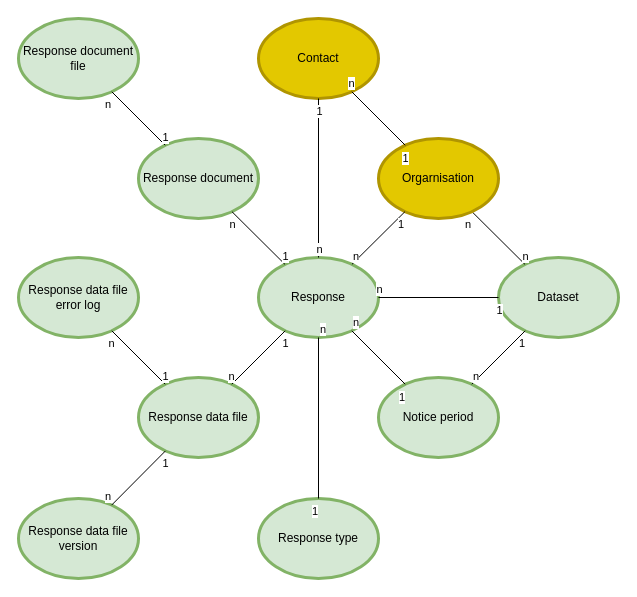
Earlier version of the draw.io diagram page "T-Response" (8 of 13) of Data portal.drawio (danieldotskc/helloworld). Source tidied: cells renumbered, new cells numbered last; positions are measured from the earlier drawing's top-left corner, leaving out a move shared by most shapes. Both pictures are drawn from the tidied source at 100%, with x=0, y=0 at pixel (18, 18).
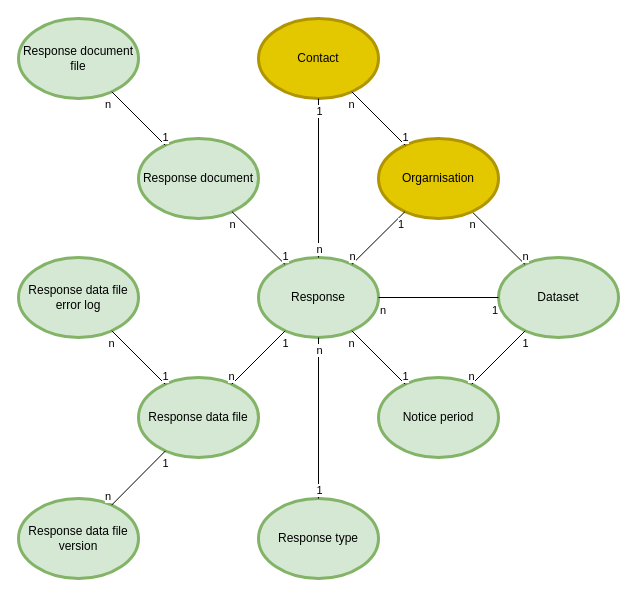
The same diagram, later.

The change refers to these unchanged cells:
```xml
<mxCell id="3" value="Notice period" style="ellipse;whiteSpace=wrap;html=1;strokeWidth=3;fillColor=#d5e8d4;strokeColor=#82b366;" parent="1" vertex="1">
  <mxGeometry x="360" y="359" width="120" height="80" as="geometry" />
</mxCell>
<mxCell id="5" style="endArrow=none;html=1;rounded=0;endFill=0;" parent="1" edge="1" source="2" target="35">
  <mxGeometry relative="1" as="geometry" />
</mxCell>
<mxCell id="8" style="endArrow=none;html=1;rounded=0;endFill=0;" parent="1" edge="1" source="2" target="3">
  <mxGeometry relative="1" as="geometry" />
</mxCell>
<mxCell id="11" value="Response" style="ellipse;whiteSpace=wrap;html=1;fillColor=#d5e8d4;strokeColor=#82b366;strokeWidth=3;" parent="1" vertex="1">
  <mxGeometry x="240" y="239" width="120" height="80" as="geometry" />
</mxCell>
<mxCell id="40" style="endArrow=none;html=1;rounded=0;endFill=0;" parent="1" edge="1" source="35" target="11">
  <mxGeometry relative="1" as="geometry" />
</mxCell>
<mxCell id="43" style="endArrow=none;html=1;rounded=0;endFill=0;" parent="1" edge="1" source="2" target="11">
  <mxGeometry relative="1" as="geometry" />
</mxCell>
<mxCell id="46" style="endArrow=none;html=1;rounded=0;endFill=0;" parent="1" edge="1" source="4" target="11">
  <mxGeometry relative="1" as="geometry" />
</mxCell>
<mxCell id="49" style="endArrow=none;html=1;rounded=0;endFill=0;" parent="1" edge="1" source="35" target="36">
  <mxGeometry relative="1" as="geometry" />
</mxCell>
```

Diff of the diagram source:
```diff
@@
-    <mxCell id="7" value="n" style="edgeLabel;html=1;align=right;verticalAlign=top;labelPosition=left;verticalLabelPosition=bottom;" parent="5" vertex="1">
+    <mxCell id="7" value="n" style="edgeLabel;html=1;align=center;verticalAlign=top;labelPosition=center;verticalLabelPosition=bottom;" parent="5" vertex="1">
       <mxGeometry x="1" relative="1" as="geometry" />
     </mxCell>
@@
-    <mxCell id="9" value="1" style="edgeLabel;html=1;align=right;verticalAlign=top;labelPosition=left;verticalLabelPosition=bottom;" parent="8" vertex="1">
+    <mxCell id="9" value="1" style="edgeLabel;html=1;align=center;verticalAlign=top;labelPosition=center;verticalLabelPosition=bottom;" parent="8" vertex="1">
       <mxGeometry x="-1" relative="1" as="geometry" />
     </mxCell>
-    <mxCell id="10" value="n" style="edgeLabel;html=1;align=left;verticalAlign=bottom;labelPosition=right;verticalLabelPosition=top;" parent="8" vertex="1">
+    <mxCell id="10" value="n" style="edgeLabel;html=1;align=center;verticalAlign=bottom;labelPosition=center;verticalLabelPosition=top;" parent="8" vertex="1">
       <mxGeometry x="1" relative="1" as="geometry" />
     </mxCell>
@@
-    <mxCell id="17" style="endArrow=none;html=1;rounded=0;endFill=0;" parent="1" edge="1" source="3" target="11">
-      <mxGeometry relative="1" as="geometry" />
-    </mxCell>
-    <mxCell id="18" value="1" style="edgeLabel;html=1;align=right;verticalAlign=top;labelPosition=left;verticalLabelPosition=bottom;" parent="17" vertex="1">
-      <mxGeometry x="-1" relative="1" as="geometry" />
-    </mxCell>
-    <mxCell id="19" value="n" style="edgeLabel;html=1;align=left;verticalAlign=bottom;labelPosition=right;verticalLabelPosition=top;" parent="17" vertex="1">
-      <mxGeometry x="1" relative="1" as="geometry" />
-    </mxCell>
@@
-    <mxCell id="42" value="n" style="edgeLabel;html=1;align=left;verticalAlign=bottom;labelPosition=right;verticalLabelPosition=top;" parent="40" vertex="1">
+    <mxCell id="42" value="n" style="edgeLabel;html=1;align=center;verticalAlign=bottom;labelPosition=center;verticalLabelPosition=top;" parent="40" vertex="1">
       <mxGeometry x="1" relative="1" as="geometry" />
     </mxCell>
@@
-    <mxCell id="44" value="1" style="edgeLabel;html=1;align=center;verticalAlign=top;labelPosition=center;verticalLabelPosition=bottom;" parent="43" vertex="1">
+    <mxCell id="44" value="1" style="edgeLabel;html=1;align=right;verticalAlign=top;labelPosition=left;verticalLabelPosition=bottom;" parent="43" vertex="1">
       <mxGeometry x="-1" relative="1" as="geometry" />
     </mxCell>
-    <mxCell id="45" value="n" style="edgeLabel;html=1;align=center;verticalAlign=bottom;labelPosition=center;verticalLabelPosition=top;" parent="43" vertex="1">
+    <mxCell id="45" value="n" style="edgeLabel;html=1;align=left;verticalAlign=top;labelPosition=right;verticalLabelPosition=bottom;" parent="43" vertex="1">
       <mxGeometry x="1" relative="1" as="geometry" />
     </mxCell>
@@
-    <mxCell id="47" value="1" style="edgeLabel;html=1;align=right;verticalAlign=top;labelPosition=left;verticalLabelPosition=bottom;" parent="46" vertex="1">
+    <mxCell id="47" value="1" style="edgeLabel;html=1;align=center;verticalAlign=bottom;labelPosition=center;verticalLabelPosition=top;" parent="46" vertex="1">
       <mxGeometry x="-1" relative="1" as="geometry" />
     </mxCell>
-    <mxCell id="48" value="n" style="edgeLabel;html=1;align=left;verticalAlign=bottom;labelPosition=right;verticalLabelPosition=top;" parent="46" vertex="1">
+    <mxCell id="48" value="n" style="edgeLabel;html=1;align=center;verticalAlign=top;labelPosition=center;verticalLabelPosition=bottom;" parent="46" vertex="1">
       <mxGeometry x="1" relative="1" as="geometry" />
     </mxCell>
@@
-    <mxCell id="50" value="1" style="edgeLabel;html=1;align=center;verticalAlign=top;labelPosition=center;verticalLabelPosition=bottom;" parent="49" vertex="1">
+    <mxCell id="50" value="1" style="edgeLabel;html=1;align=center;verticalAlign=bottom;labelPosition=center;verticalLabelPosition=top;" parent="49" vertex="1">
       <mxGeometry x="-1" relative="1" as="geometry" />
     </mxCell>
-    <mxCell id="51" value="n" style="edgeLabel;html=1;align=center;verticalAlign=bottom;labelPosition=center;verticalLabelPosition=top;" parent="49" vertex="1">
+    <mxCell id="51" value="n" style="edgeLabel;html=1;align=center;verticalAlign=top;labelPosition=center;verticalLabelPosition=bottom;" parent="49" vertex="1">
       <mxGeometry x="1" relative="1" as="geometry" />
     </mxCell>
+    <mxCell id="17" style="endArrow=none;html=1;rounded=0;endFill=0;" parent="1" edge="1" source="3" target="11">
+      <mxGeometry relative="1" as="geometry" />
+    </mxCell>
+    <mxCell id="18" value="1" style="edgeLabel;html=1;align=center;verticalAlign=bottom;labelPosition=center;verticalLabelPosition=top;" parent="17" vertex="1">
+      <mxGeometry x="-1" relative="1" as="geometry" />
+    </mxCell>
+    <mxCell id="19" value="n" style="edgeLabel;html=1;align=center;verticalAlign=top;labelPosition=center;verticalLabelPosition=bottom;" parent="17" vertex="1">
+      <mxGeometry x="1" relative="1" as="geometry" />
+    </mxCell>
```
